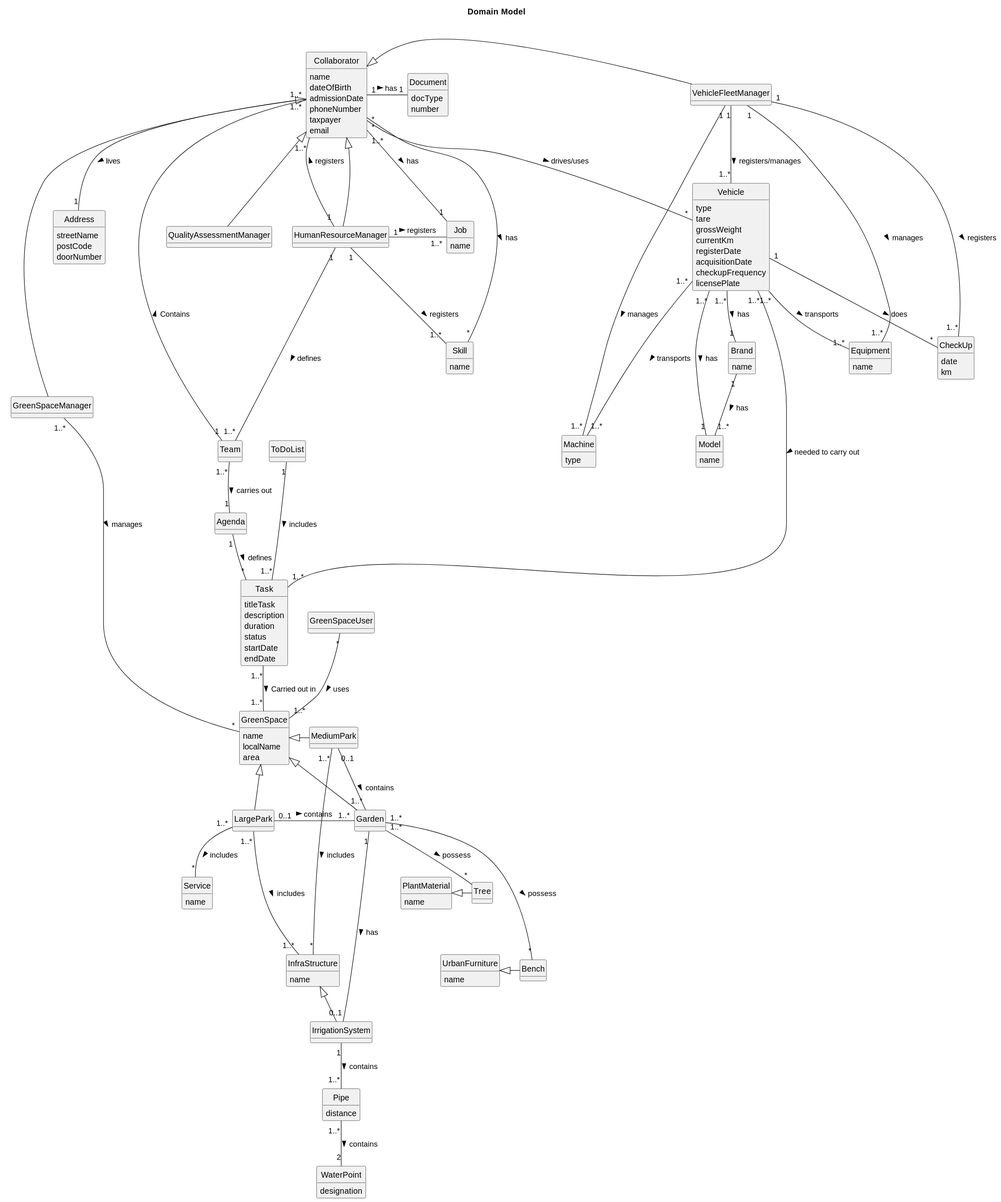
The PlantUML diagram docs/sprint3/global-artifacts/02.analysis/svg/project-domain-model.svg in Departamento-de-Engenharia-Informatica/lei-24-s2-1db-g022, before a commit.
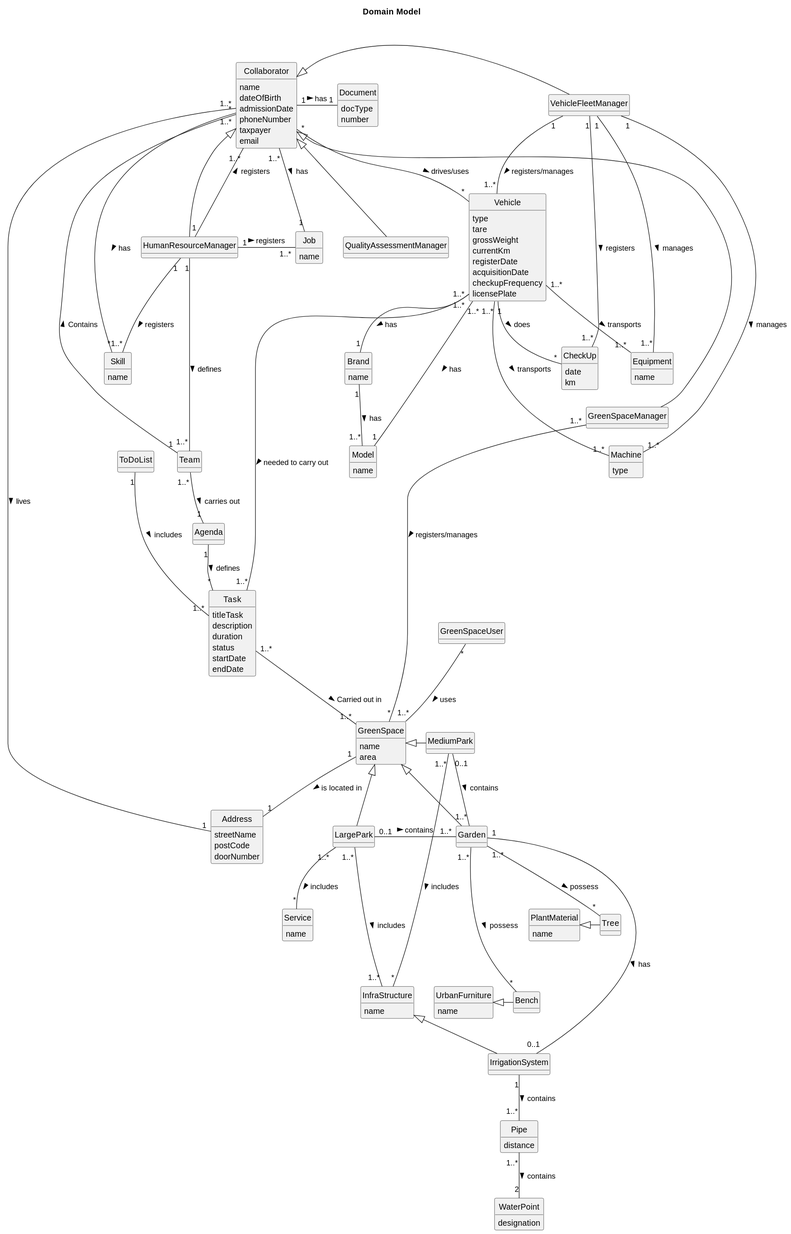
The same diagram one commit later.

Diff of the diagram source:
```diff
@@ -96,7 +96,6 @@
 
 class GreenSpace{
     name
-    localName
     area
 }
 
@@ -212,8 +211,10 @@
 VehicleFleetManager "1" -- "1..*" Vehicle : registers/manages >
 VehicleFleetManager "1" -- "1..*" CheckUp : registers >
 
-GreenSpaceManager "1..*" -- "*" GreenSpace :  manages >
+GreenSpaceManager "1..*" -- "*" GreenSpace :  registers/manages >
 GreenSpaceUser "*" -- "1..*" GreenSpace :  uses >
 
 Collaborator "1" - "1" Document : has >
+
+GreenSpace "1" -- "1" Address : is located in >
 @enduml
```
